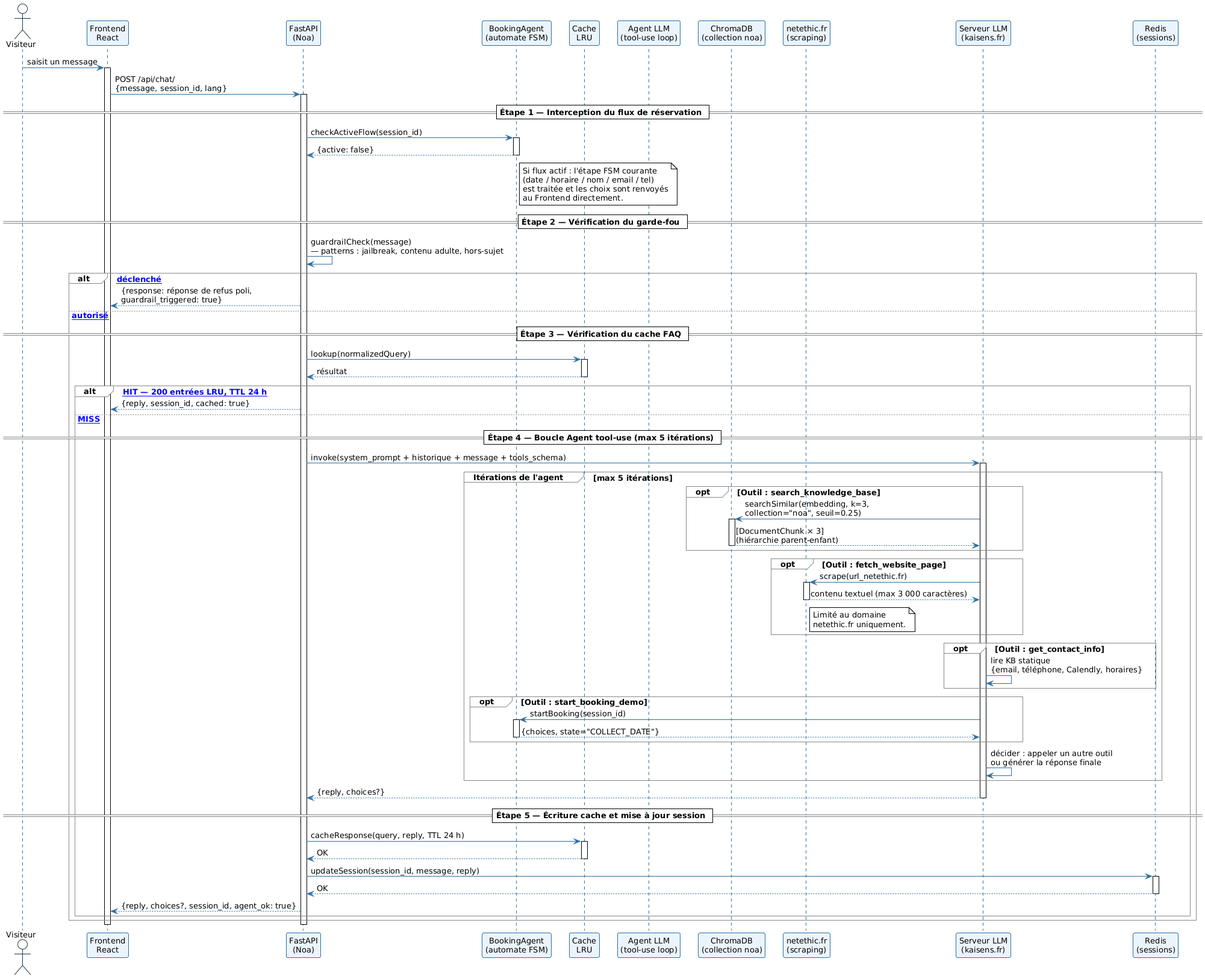
Above: diagramme/04_sequence_noa.png in RedFalcon22/Rapport_ISTIC_2025_2026_v2 (PlantUML), before the change.
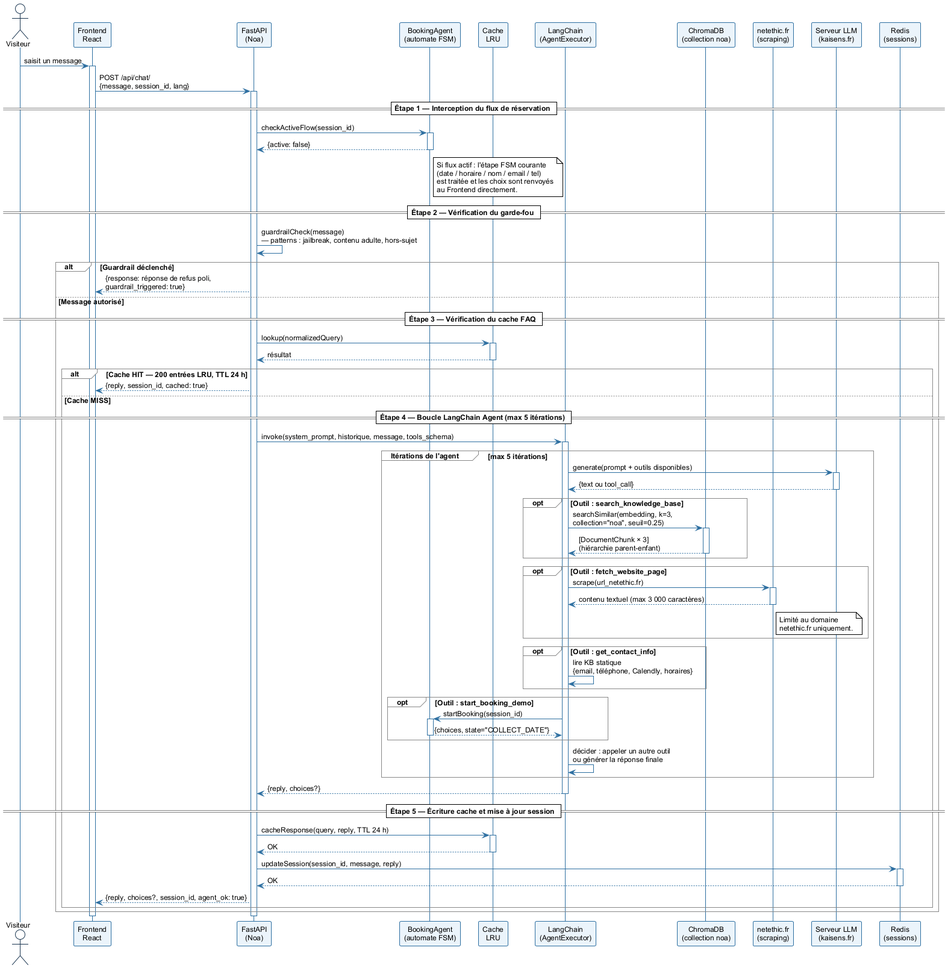
After the commit.

Change to the diagram source:
```diff
@@ -1,5 +1,4 @@
-@startuml
-
+@startuml sequence_noa
 !theme plain
 skinparam sequenceArrowColor #2C6EA0
 skinparam sequenceLifeLineBorderColor #2C6EA0
@@ -8,19 +7,19 @@
 skinparam sequenceActorBorderColor #1A3550
 skinparam sequenceGroupBorderColor #888888
 skinparam defaultFontName Arial
-skinparam defaultFontSize 13
+skinparam defaultFontSize 12
 
 
-actor       "Visiteur"                      as V
-participant "Frontend\nReact"               as FE
-participant "FastAPI\n(Noa)"                as API
-participant "BookingAgent\n(automate FSM)"  as FSM
-participant "Cache\nLRU"                    as Cache
-participant "Agent LLM\n(tool-use loop)"    as Agent
-participant "ChromaDB\n(collection noa)"    as Chroma
-participant "netethic.fr\n(scraping)"       as Web
-participant "Serveur LLM\n(kaisens.fr)"     as LLM
-participant "Redis\n(sessions)"             as Redis
+actor       "Visiteur"                          as V
+participant "Frontend\nReact"                   as FE
+participant "FastAPI\n(Noa)"                    as API
+participant "BookingAgent\n(automate FSM)"      as FSM
+participant "Cache\nLRU"                        as Cache
+participant "LangChain\n(AgentExecutor)"        as LC
+participant "ChromaDB\n(collection noa)"        as Chroma
+participant "netethic.fr\n(scraping)"           as Web
+participant "Serveur LLM\n(kaisens.fr)"         as LLM
+participant "Redis\n(sessions)"                 as Redis
 
 V  -> FE  : saisit un message
 activate FE
@@ -45,10 +44,10 @@
 
 API -> API : guardrailCheck(message)\n— patterns : jailbreak, contenu adulte, hors-sujet
 
-alt [Guardrail déclenché]
+alt Guardrail déclenché
   API --> FE : {response: réponse de refus poli,\nguardrail_triggered: true}
 
-else [Message autorisé]
+else Message autorisé
 
   == Étape 3 — Vérification du cache FAQ ==
 
@@ -57,50 +56,55 @@
   Cache --> API : résultat
   deactivate Cache
 
-  alt [Cache HIT — 200 entrées LRU, TTL 24 h]
+  alt Cache HIT — 200 entrées LRU, TTL 24 h
     API --> FE : {reply, session_id, cached: true}
 
-  else [Cache MISS]
+  else Cache MISS
 
-    == Étape 4 — Boucle Agent tool-use (max 5 itérations) ==
+    == Étape 4 — Boucle LangChain Agent (max 5 itérations) ==
 
-    API -> LLM : invoke(system_prompt + historique + message + tools_schema)
-    activate LLM
+    API -> LC : invoke(system_prompt, historique, message, tools_schema)
+    activate LC
 
     group Itérations de l'agent [max 5 itérations]
 
+      LC -> LLM : generate(prompt + outils disponibles)
+      activate LLM
+      LLM --> LC : {text ou tool_call}
+      deactivate LLM
+
       opt Outil : search_knowledge_base
-        LLM -> Chroma : searchSimilar(embedding, k=3,\ncollection="noa", seuil=0.25)
+        LC -> Chroma : searchSimilar(embedding, k=3,\ncollection="noa", seuil=0.25)
         activate Chroma
-        Chroma --> LLM : [DocumentChunk × 3]\n(hiérarchie parent-enfant)
+        Chroma --> LC : [DocumentChunk × 3]\n(hiérarchie parent-enfant)
         deactivate Chroma
       end
 
       opt Outil : fetch_website_page
-        LLM -> Web : scrape(url_netethic.fr)
+        LC -> Web : scrape(url_netethic.fr)
         activate Web
-        Web --> LLM : contenu textuel (max 3 000 caractères)
+        Web --> LC : contenu textuel (max 3 000 caractères)
         deactivate Web
         note right of Web : Limité au domaine\nnetethic.fr uniquement.
       end
 
       opt Outil : get_contact_info
-        LLM -> LLM : lire KB statique\n{email, téléphone, Calendly, horaires}
+        LC -> LC : lire KB statique\n{email, téléphone, Calendly, horaires}
       end
 
       opt Outil : start_booking_demo
-        LLM -> FSM : startBooking(session_id)
+        LC -> FSM : startBooking(session_id)
         activate FSM
-        FSM --> LLM : {choices, state="COLLECT_DATE"}
+        FSM --> LC : {choices, state="COLLECT_DATE"}
         deactivate FSM
       end
 
-      LLM -> LLM : décider : appeler un autre outil\nou générer la réponse finale
+      LC -> LC : décider : appeler un autre outil\nou générer la réponse finale
 
     end
 
-    LLM --> API : {reply, choices?}
-    deactivate LLM
+    LC --> API : {reply, choices?}
+    deactivate LC
 
     == Étape 5 — Écriture cache et mise à jour session ==
 
@@ -122,4 +126,5 @@
 
 deactivate API
 deactivate FE
+
 @enduml
```
